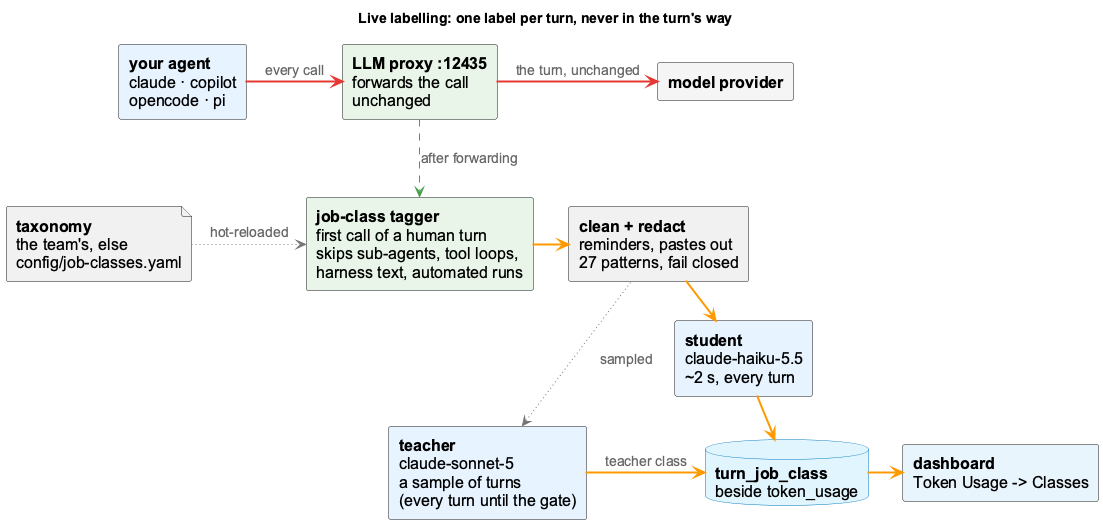
Above: docs-content/images/job-class-live-tagging.png in fwornle/coding (PlantUML), before the change. Source of this version:
```plantuml
@startuml job-class-live-tagging
!include _standard-style.puml
skinparam defaultFontSize 16
skinparam componentFontSize 16
skinparam arrowFontSize 14
skinparam shadowing false
skinparam componentStyle rectangle
hide stereotype
title Live labelling: one label per turn, never in the turn's way

component "**your agent**\nclaude · copilot\nopencode · pi" as agent <<agent>>
component "**LLM proxy :12435**\nforwards the call\nunchanged" as fwd <<core>>
component "**model provider**" as model <<external>>
component "**job-class tagger**\nfirst call of a human turn\nskips sub-agents, tool loops,\nharness text, automated runs" as tagger <<core>>
component "**clean + redact**\nreminders, pastes out\n27 patterns, fail closed" as redact <<util>>
component "**student**\nclaude-haiku-5.5\n~2 s, every turn" as student <<agent>>
component "**teacher**\nclaude-sonnet-5\na sample of turns\n(every turn until the gate)" as teacher <<agent>>
database "**turn_job_class**\nbeside token_usage" as db <<storage>>
component "**dashboard**\nToken Usage -> Classes" as dash <<api>>
file "**taxonomy**\nthe team's, else\nconfig/job-classes.yaml" as tax <<storage>>

agent -[#E53935,thickness=2]right-> fwd : every call
fwd -[#E53935,thickness=2]right-> model : the turn, unchanged
fwd -[#43A047,thickness=2,dashed]down-> tagger : after forwarding
tagger -[#FF9800,thickness=2]right-> redact
redact -[#FF9800,thickness=2]right-> student
redact -[#757575,thickness=1,dotted]down-> teacher : sampled
student -[#FF9800,thickness=2]right-> db : class
teacher -[#FF9800,thickness=2]right-> db : teacher class
db -[#FF9800,thickness=2]right-> dash
tax -[#757575,thickness=1,dotted]right-> tagger : hot-reloaded
@enduml
```
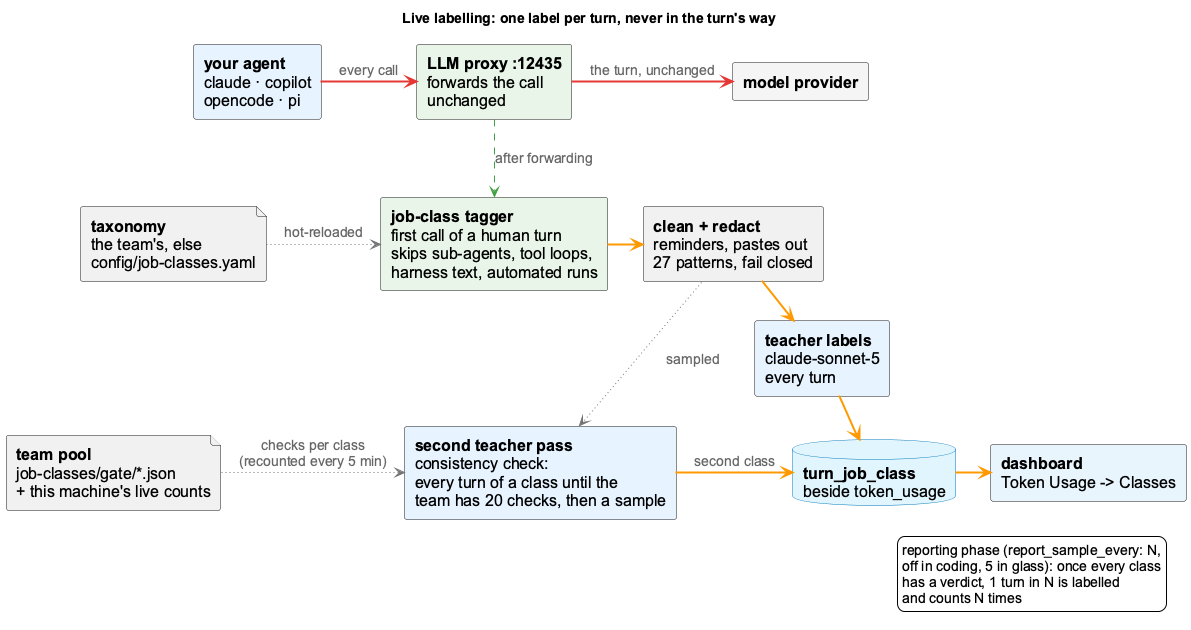
After the commit.

What changed in the source:
```diff
@@ -13,8 +13,9 @@
 component "**model provider**" as model <<external>>
 component "**job-class tagger**\nfirst call of a human turn\nskips sub-agents, tool loops,\nharness text, automated runs" as tagger <<core>>
 component "**clean + redact**\nreminders, pastes out\n27 patterns, fail closed" as redact <<util>>
-component "**student**\nclaude-haiku-5.5\n~2 s, every turn" as student <<agent>>
-component "**teacher**\nclaude-sonnet-5\na sample of turns\n(every turn until the gate)" as teacher <<agent>>
+component "**teacher labels**\nclaude-sonnet-5\nevery turn" as student <<agent>>
+component "**second teacher pass**\nconsistency check:\nevery turn of a class until the\nteam has 20 checks, then a sample" as teacher <<agent>>
+file "**team pool**\njob-classes/gate/*.json\n+ this machine's live counts" as pool <<storage>>
 database "**turn_job_class**\nbeside token_usage" as db <<storage>>
 component "**dashboard**\nToken Usage -> Classes" as dash <<api>>
 file "**taxonomy**\nthe team's, else\nconfig/job-classes.yaml" as tax <<storage>>
@@ -26,7 +27,15 @@
 redact -[#FF9800,thickness=2]right-> student
 redact -[#757575,thickness=1,dotted]down-> teacher : sampled
 student -[#FF9800,thickness=2]right-> db : class
-teacher -[#FF9800,thickness=2]right-> db : teacher class
+teacher -[#FF9800,thickness=2]right-> db : second class
+pool -[#757575,thickness=1,dotted]right-> teacher : checks per class\n(recounted every 5 min)
 db -[#FF9800,thickness=2]right-> dash
 tax -[#757575,thickness=1,dotted]right-> tagger : hot-reloaded
+
+legend right
+  reporting phase (report_sample_every: N,
+  off in coding, 5 in glass): once every class
+  has a verdict, 1 turn in N is labelled
+  and counts N times
+endlegend
 @enduml
```
